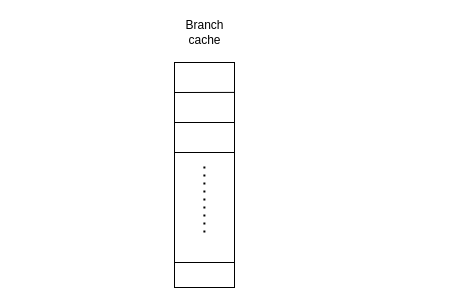
JeterHwang/DSD keeps this draw.io diagram as page "Page-4" (4 of 4) of Untitled Diagram.drawio. Above is the earlier version. Source tidied: cells renumbered, new cells numbered last; positions are measured from the earlier drawing's top-left corner, leaving out a move shared by most shapes. Both pictures are drawn from the tidied source at 100%, with x=0, y=0 at pixel (92, 17).
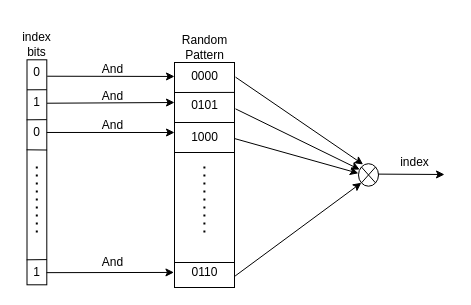
After the change.

Unchanged cells that the change refers to:
```xml
<mxCell id="2" style="rounded=0;whiteSpace=wrap;html=1;rotation=90;" parent="1" vertex="1">
  <mxGeometry x="-0.5" y="127.5" width="225" height="60" as="geometry" />
</mxCell>
```

Change to the diagram source:
```diff
@@
-    <mxCell id="8" value="Branch&lt;br&gt;cache" style="text;html=1;align=center;verticalAlign=middle;fillColor=none;strokeColor=none;rounded=0;" parent="1" vertex="1">
-      <mxGeometry x="87" width="50" height="30" as="geometry" />
+    <mxCell id="8" value="Random&lt;br&gt;Pattern" style="text;html=1;align=center;verticalAlign=middle;fillColor=none;strokeColor=none;rounded=0;" parent="1" vertex="1">
+      <mxGeometry x="82" y="15" width="60" height="30" as="geometry" />
     </mxCell>
+    <mxCell id="9" style="rounded=0;whiteSpace=wrap;html=1;rotation=90;" parent="1" vertex="1">
+      <mxGeometry x="-168.1" y="144.9" width="225" height="19.8" as="geometry" />
+    </mxCell>
+    <mxCell id="10" style="endArrow=none;html=1;entryX=0.133;entryY=0.003;entryDx=0;entryDy=0;entryPerimeter=0;" parent="1" edge="1" target="9">
+      <mxGeometry relative="1" as="geometry">
+        <mxPoint x="-65.5" y="72.3" as="sourcePoint" />
+      </mxGeometry>
+    </mxCell>
+    <mxCell id="11" style="endArrow=none;html=1;entryX=0.266;entryY=0.002;entryDx=0;entryDy=0;entryPerimeter=0;" parent="1" edge="1" target="9">
+      <mxGeometry relative="1" as="geometry">
+        <mxPoint x="-65.9" y="102.3" as="sourcePoint" />
+      </mxGeometry>
+    </mxCell>
+    <mxCell id="12" style="endArrow=none;html=1;entryX=0.401;entryY=-0.013;entryDx=0;entryDy=0;entryPerimeter=0;" parent="1" edge="1" target="9">
+      <mxGeometry relative="1" as="geometry">
+        <mxPoint x="-65.9" y="132.3" as="sourcePoint" />
+      </mxGeometry>
+    </mxCell>
+    <mxCell id="13" style="endArrow=none;dashed=1;html=1;dashPattern=1 3;strokeWidth=2;" parent="1" edge="1">
+      <mxGeometry relative="1" as="geometry">
+        <mxPoint x="-55.7" y="214.9" as="sourcePoint" />
+        <mxPoint x="-55.7" y="144.9" as="targetPoint" />
+      </mxGeometry>
+    </mxCell>
+    <mxCell id="14" style="endArrow=none;html=1;entryX=0.888;entryY=-0.006;entryDx=0;entryDy=0;entryPerimeter=0;" parent="1" edge="1" target="9">
+      <mxGeometry relative="1" as="geometry">
+        <mxPoint x="-65.9" y="242.3" as="sourcePoint" />
+      </mxGeometry>
+    </mxCell>
+    <mxCell id="15" style="endArrow=classic;html=1;exitX=0.073;exitY=-0.019;exitDx=0;exitDy=0;exitPerimeter=0;entryX=0.062;entryY=1;entryDx=0;entryDy=0;entryPerimeter=0;" parent="1" edge="1" source="9" target="2">
+      <mxGeometry relative="1" as="geometry" />
+    </mxCell>
+    <mxCell id="16" style="endArrow=classic;html=1;exitX=0.193;exitY=-0.01;exitDx=0;exitDy=0;exitPerimeter=0;" parent="1" edge="1" source="9">
+      <mxGeometry relative="1" as="geometry">
+        <mxPoint x="82" y="85" as="targetPoint" />
+      </mxGeometry>
+    </mxCell>
+    <mxCell id="17" style="endArrow=classic;html=1;exitX=0.323;exitY=0.002;exitDx=0;exitDy=0;exitPerimeter=0;" parent="1" edge="1" source="9">
+      <mxGeometry relative="1" as="geometry">
+        <mxPoint x="82" y="115" as="targetPoint" />
+      </mxGeometry>
+    </mxCell>
+    <mxCell id="18" style="endArrow=classic;html=1;exitX=0.946;exitY=0.012;exitDx=0;exitDy=0;exitPerimeter=0;entryX=0.933;entryY=1.009;entryDx=0;entryDy=0;entryPerimeter=0;" parent="1" edge="1" source="9" target="2">
+      <mxGeometry relative="1" as="geometry" />
+    </mxCell>
+    <mxCell id="19" value="0" style="text;html=1;align=center;verticalAlign=middle;fillColor=none;strokeColor=none;rounded=0;" parent="1" vertex="1">
+      <mxGeometry x="-65.6" y="45" width="20" height="20" as="geometry" />
+    </mxCell>
+    <mxCell id="20" value="1" style="text;html=1;align=center;verticalAlign=middle;fillColor=none;strokeColor=none;rounded=0;" parent="1" vertex="1">
+      <mxGeometry x="-65.6" y="75" width="20" height="20" as="geometry" />
+    </mxCell>
+    <mxCell id="21" value="0" style="text;html=1;align=center;verticalAlign=middle;fillColor=none;strokeColor=none;rounded=0;" parent="1" vertex="1">
+      <mxGeometry x="-65.6" y="105" width="20" height="20" as="geometry" />
+    </mxCell>
+    <mxCell id="22" value="1" style="text;html=1;align=center;verticalAlign=middle;fillColor=none;strokeColor=none;rounded=0;" parent="1" vertex="1">
+      <mxGeometry x="-65.6" y="245" width="20" height="20" as="geometry" />
+    </mxCell>
+    <mxCell id="23" value="0000" style="text;html=1;align=center;verticalAlign=middle;fillColor=none;strokeColor=none;rounded=0;" parent="1" vertex="1">
+      <mxGeometry x="92" y="49" width="40" height="20" as="geometry" />
+    </mxCell>
+    <mxCell id="24" value="0101" style="text;html=1;align=center;verticalAlign=middle;fillColor=none;strokeColor=none;rounded=0;" parent="1" vertex="1">
+      <mxGeometry x="92" y="78" width="40" height="20" as="geometry" />
+    </mxCell>
+    <mxCell id="25" value="1000" style="text;html=1;align=center;verticalAlign=middle;fillColor=none;strokeColor=none;rounded=0;" parent="1" vertex="1">
+      <mxGeometry x="92" y="109.5" width="40" height="20" as="geometry" />
+    </mxCell>
+    <mxCell id="26" value="0110" style="text;html=1;align=center;verticalAlign=middle;fillColor=none;strokeColor=none;rounded=0;" parent="1" vertex="1">
+      <mxGeometry x="92" y="245" width="40" height="20" as="geometry" />
+    </mxCell>
+    <mxCell id="27" value="index&lt;br&gt;bits" style="text;html=1;align=center;verticalAlign=middle;fillColor=none;strokeColor=none;rounded=0;" parent="1" vertex="1">
+      <mxGeometry x="-75.6" y="12" width="40" height="30" as="geometry" />
+    </mxCell>
+    <mxCell id="28" style="shape=sumEllipse;perimeter=ellipsePerimeter;whiteSpace=wrap;html=1;backgroundOutline=1;" parent="1" vertex="1">
+      <mxGeometry x="266" y="146.2" width="20" height="22.5" as="geometry" />
+    </mxCell>
+    <mxCell id="29" style="endArrow=classic;html=1;exitX=0.065;exitY=-0.017;exitDx=0;exitDy=0;exitPerimeter=0;entryX=0.229;entryY=0.032;entryDx=0;entryDy=0;entryPerimeter=0;" parent="1" edge="1" source="2" target="28">
+      <mxGeometry relative="1" as="geometry" />
+    </mxCell>
+    <mxCell id="30" style="endArrow=classic;html=1;exitX=0.206;exitY=-0.017;exitDx=0;exitDy=0;exitPerimeter=0;entryX=0.06;entryY=0.261;entryDx=0;entryDy=0;entryPerimeter=0;" parent="1" edge="1" source="2" target="28">
+      <mxGeometry relative="1" as="geometry" />
+    </mxCell>
+    <mxCell id="31" style="endArrow=classic;html=1;exitX=0.338;exitY=-0.001;exitDx=0;exitDy=0;exitPerimeter=0;entryX=-0.005;entryY=0.426;entryDx=0;entryDy=0;entryPerimeter=0;" parent="1" edge="1" source="2" target="28">
+      <mxGeometry relative="1" as="geometry" />
+    </mxCell>
+    <mxCell id="32" style="endArrow=classic;html=1;exitX=0.949;exitY=-0.01;exitDx=0;exitDy=0;exitPerimeter=0;entryX=0;entryY=1;entryDx=0;entryDy=0;" parent="1" edge="1" source="2" target="28">
+      <mxGeometry relative="1" as="geometry" />
+    </mxCell>
+    <mxCell id="33" style="endArrow=classic;html=1;exitX=0.987;exitY=0.463;exitDx=0;exitDy=0;exitPerimeter=0;" parent="1" edge="1" source="28">
+      <mxGeometry relative="1" as="geometry">
+        <mxPoint x="352" y="157" as="targetPoint" />
+      </mxGeometry>
+    </mxCell>
+    <mxCell id="34" value="index" style="text;html=1;align=center;verticalAlign=middle;fillColor=none;strokeColor=none;rounded=0;" parent="1" vertex="1">
+      <mxGeometry x="302" y="135" width="40" height="20" as="geometry" />
+    </mxCell>
+    <mxCell id="35" value="And" style="text;html=1;align=center;verticalAlign=middle;fillColor=none;strokeColor=none;rounded=0;" parent="1" vertex="1">
+      <mxGeometry x="-0.5" y="42" width="40" height="20" as="geometry" />
+    </mxCell>
+    <mxCell id="36" value="And" style="text;html=1;align=center;verticalAlign=middle;fillColor=none;strokeColor=none;rounded=0;" parent="1" vertex="1">
+      <mxGeometry x="-0.5" y="69" width="40" height="20" as="geometry" />
+    </mxCell>
+    <mxCell id="37" value="And" style="text;html=1;align=center;verticalAlign=middle;fillColor=none;strokeColor=none;rounded=0;" parent="1" vertex="1">
+      <mxGeometry x="-0.5" y="98" width="40" height="20" as="geometry" />
+    </mxCell>
+    <mxCell id="38" value="And" style="text;html=1;align=center;verticalAlign=middle;fillColor=none;strokeColor=none;rounded=0;" parent="1" vertex="1">
+      <mxGeometry x="-0.5" y="235" width="40" height="20" as="geometry" />
+    </mxCell>
```
